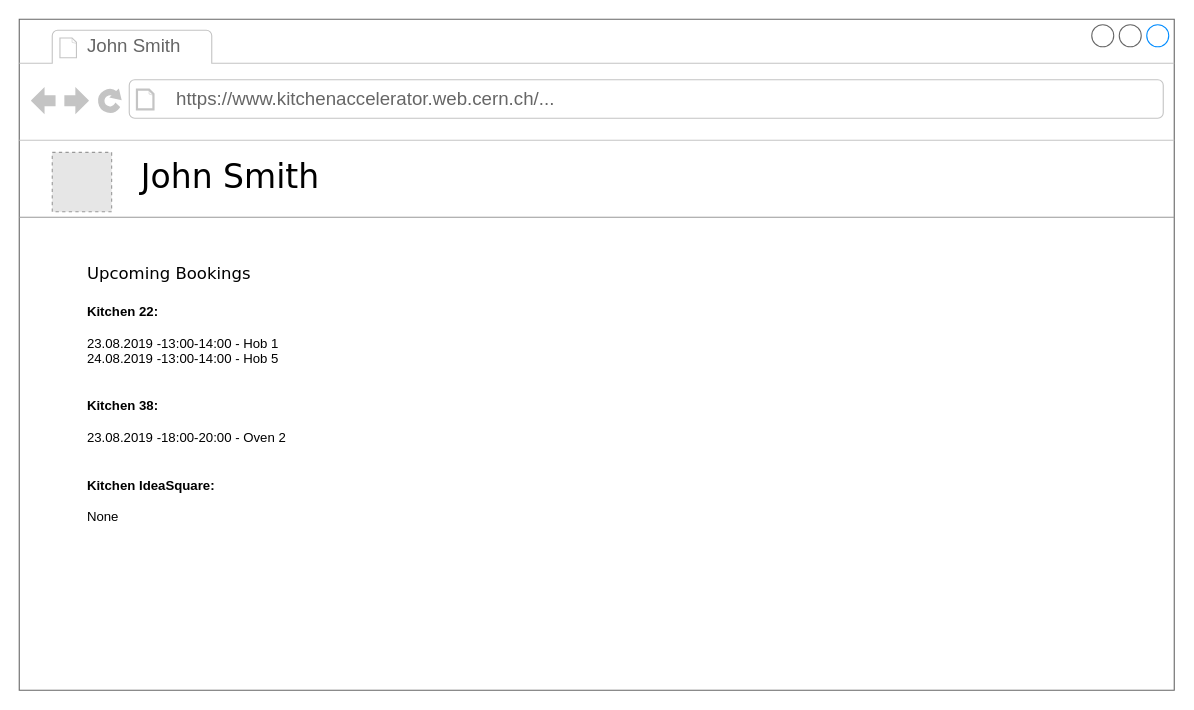
Before: page "User" (1 of 5) of media/wireframes/wireframes.drawio in DEUCE1957/kitchen-accelerator, a draw.io diagram. Source tidied: cells renumbered, new cells numbered last; positions are measured from the earlier drawing's top-left corner, leaving out a move shared by most shapes. Both pictures are drawn from the tidied source at 110%, with x=0, y=0 at pixel (19, 19). Pictures stored in the file or linked from it are replaced by grey dashed boxes.
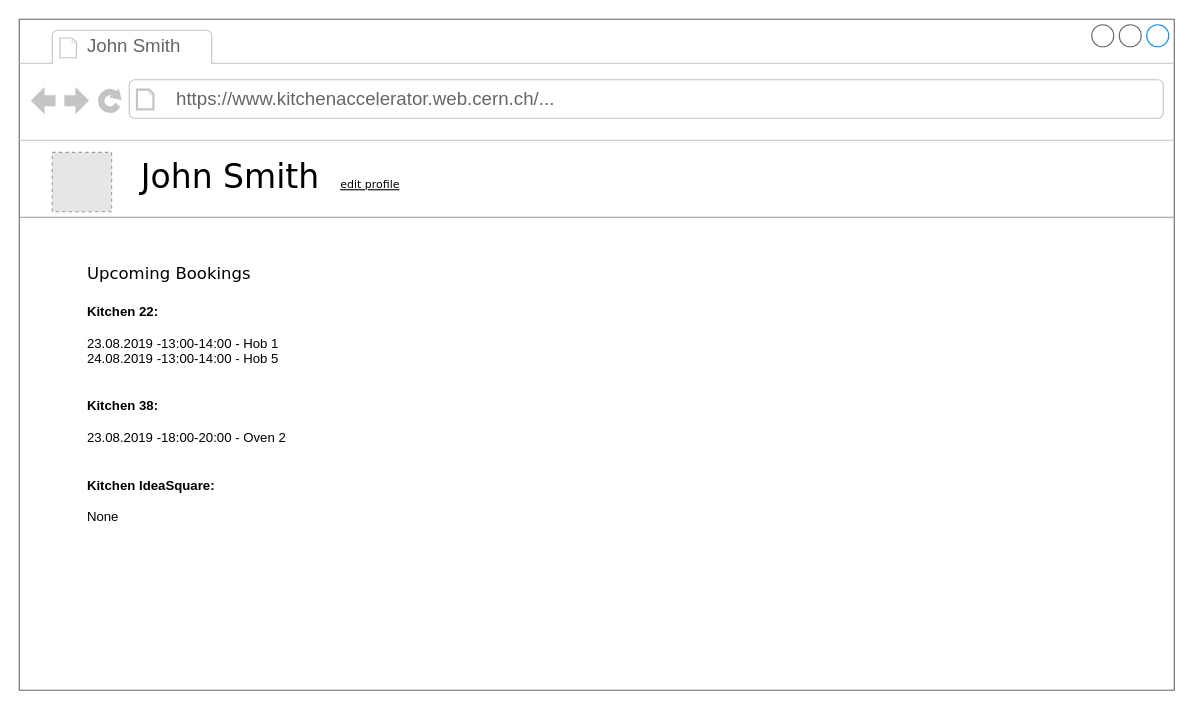
The same page after the edit.

Commit message (it also covers changes not shown here):
added "edit profile" link

The edit, as a diff of the source:
```diff
@@
 <mxGraphModel background="#ffffff">
   <root>
     <mxCell id="0" />
     <mxCell id="1" parent="0" />
     <mxCell id="2" style="strokeWidth=1;shadow=0;dashed=0;align=center;html=1;shape=mxgraph.mockup.containers.browserWindow;rSize=0;fillColor=#ffffff;strokeColor=#666666;mainText=,;rounded=0;labelBackgroundColor=none;fontFamily=Verdana;fontSize=12;fontColor=#000000;" parent="1" vertex="1">
       <mxGeometry width="1050" height="610" as="geometry" />
     </mxCell>
     <mxCell id="3" value="John Smith" style="strokeWidth=1;shadow=0;dashed=0;align=center;html=1;shape=mxgraph.mockup.containers.anchor;fontSize=17;fontColor=#666666;align=left;" parent="2" vertex="1">
       <mxGeometry x="60" y="12" width="110" height="26" as="geometry" />
     </mxCell>
     <mxCell id="4" value="https://www.kitchenaccelerator.web.cern.ch/..." style="strokeWidth=1;shadow=0;dashed=0;align=center;html=1;shape=mxgraph.mockup.containers.anchor;rSize=0;fontSize=17;fontColor=#666666;align=left;" parent="2" vertex="1">
       <mxGeometry x="141" y="60" width="369" height="26" as="geometry" />
     </mxCell>
-    <mxCell id="5" value="John Smith" style="text;html=1;align=left;verticalAlign=top;spacingTop=-4;fontSize=30;fontFamily=Verdana;fontColor=#000000;" parent="2" vertex="1">
+    <mxCell id="5" value="John Smith&amp;nbsp;&amp;nbsp;&lt;font size=&quot;1&quot;&gt;&lt;u&gt;edit profile&lt;/u&gt;&lt;/font&gt;" style="text;html=1;align=left;verticalAlign=top;spacingTop=-4;fontSize=30;fontFamily=Verdana;fontColor=#000000;" parent="2" vertex="1">
       <mxGeometry x="108.5" y="123" width="410" height="50" as="geometry" />
     </mxCell>
     <mxCell id="6" style="verticalLabelPosition=bottom;shadow=0;dashed=0;align=center;html=1;verticalAlign=top;strokeWidth=1;shape=mxgraph.mockup.markup.line;strokeColor=#999999;rounded=0;labelBackgroundColor=none;fillColor=#ffffff;fontFamily=Verdana;fontSize=12;fontColor=#000000;" parent="2" vertex="1">
       <mxGeometry y="170" width="1050" height="20" as="geometry" />
     </mxCell>
     <mxCell id="7" value="Upcoming Bookings" style="text;html=1;align=left;verticalAlign=top;spacingTop=-4;fontSize=15;fontFamily=Verdana;fontColor=#000000;" parent="2" vertex="1">
       <mxGeometry x="60" y="220" width="170" height="30" as="geometry" />
     </mxCell>
     <mxCell id="8" value="&lt;div&gt;&lt;b&gt;Kitchen 22:&lt;/b&gt;&lt;/div&gt;&lt;div&gt;&lt;br&gt;&lt;/div&gt;&lt;div&gt;23.08.2019 -13:00-14:00 - Hob 1&lt;/div&gt;&lt;div&gt;&lt;div&gt;24.08.2019 -13:00-14:00 - Hob 5&lt;/div&gt;&lt;div&gt;&lt;br&gt;&lt;/div&gt;&lt;div&gt;&lt;br&gt;&lt;/div&gt;&lt;div&gt;&lt;b&gt;Kitchen 38:&lt;/b&gt;&lt;/div&gt;&lt;div&gt;&lt;br&gt;&lt;/div&gt;&lt;div&gt;&lt;div&gt;23.08.2019 -18:00-20:00 - Oven 2&lt;br&gt;&lt;/div&gt;&lt;div&gt;&lt;br&gt;&lt;/div&gt;&lt;div&gt;&lt;br&gt;&lt;/div&gt;&lt;div&gt;&lt;div&gt;&lt;b&gt;Kitchen IdeaSquare:&lt;/b&gt;&lt;/div&gt;&lt;div&gt;&lt;br&gt;&lt;/div&gt;&lt;div&gt;None&lt;br&gt;&lt;/div&gt;&lt;div&gt;&lt;br&gt;&lt;/div&gt;&lt;/div&gt;&lt;/div&gt;&lt;/div&gt;" style="text;spacingTop=-5;fillColor=#ffffff;whiteSpace=wrap;html=1;align=left;fontSize=12;fontFamily=Helvetica;fillColor=none;strokeColor=none;rounded=0;shadow=1;labelBackgroundColor=none;" parent="2" vertex="1">
       <mxGeometry x="60" y="257" width="210" height="240" as="geometry" />
     </mxCell>
     <mxCell id="9" style="fillColor=#E6E6E6;strokeColor=#999999;dashed=1;html=1;verticalAlign=top;verticalLabelPosition=bottom;labelBackgroundColor=#ffffff;fontFamily=Helvetica;fontSize=14;" parent="2" vertex="1">
       <mxGeometry x="30" y="121" width="54" height="54" as="geometry" />
     </mxCell>
   </root>
 </mxGraphModel>
```
